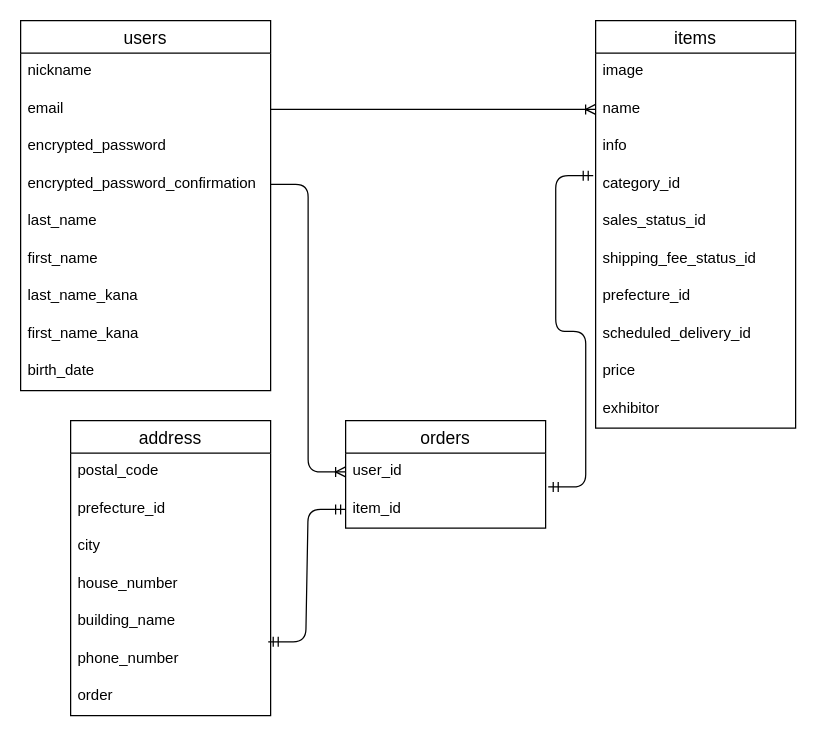
Earlier version of the draw.io diagram ERdiagram.dio (Cofreely/furima-31144). Source tidied: cells renumbered, new cells numbered last; positions are measured from the earlier drawing's top-left corner, leaving out a move shared by most shapes. Both pictures are drawn from the tidied source at 125%, with x=0, y=0 at pixel (20, 20).
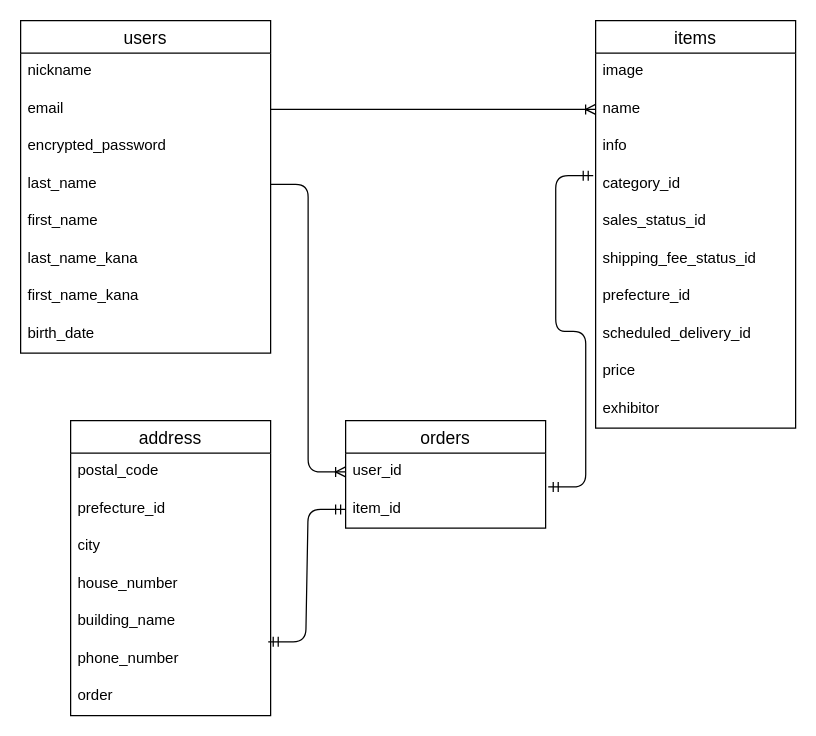
The same page after the edit.

Commit message (it also covers changes not shown here):
first db lay out 4

The change refers to these unchanged cells:
```xml
<mxCell id="36" value="user_id" style="text;strokeColor=none;fillColor=none;spacingLeft=4;spacingRight=4;overflow=hidden;points=[[0,0.5],[1,0.5]];portConstraint=eastwest;fontSize=12;" parent="35" vertex="1">
  <mxGeometry y="26" width="160" height="30" as="geometry" />
</mxCell>
```

What changed in the source:
```diff
@@
-    <mxCell id="4" style="edgeStyle=entityRelationEdgeStyle;fontSize=12;html=1;endArrow=ERoneToMany;exitX=1;exitY=0.5;exitDx=0;exitDy=0;entryX=0;entryY=0.5;entryDx=0;entryDy=0;" parent="1" edge="1" source="18" target="36">
-      <mxGeometry relative="1" as="geometry" />
+    <mxCell id="4" style="edgeStyle=entityRelationEdgeStyle;fontSize=12;html=1;endArrow=ERoneToMany;exitX=1;exitY=0.5;exitDx=0;exitDy=0;entryX=0;entryY=0.5;entryDx=0;entryDy=0;" parent="1" edge="1" target="36">
+      <mxGeometry relative="1" as="geometry">
+        <mxPoint x="200" y="131" as="sourcePoint" />
+      </mxGeometry>
     </mxCell>
@@
     <mxCell id="14" value="users" style="swimlane;fontStyle=0;horizontal=1;startSize=26;align=center;fontSize=14;" parent="1" vertex="1">
-      <mxGeometry width="200" height="296" as="geometry" />
+      <mxGeometry width="200" height="266" as="geometry" />
     </mxCell>
@@
-    <mxCell id="18" value="encrypted_password_confirmation" style="text;strokeColor=none;fillColor=none;spacingLeft=4;spacingRight=4;overflow=hidden;points=[[0,0.5],[1,0.5]];portConstraint=eastwest;fontSize=12;" parent="14" vertex="1">
-      <mxGeometry y="116" width="200" height="30" as="geometry" />
-    </mxCell>
     <mxCell id="19" value="last_name" style="text;strokeColor=none;fillColor=none;spacingLeft=4;spacingRight=4;overflow=hidden;fontSize=12;" parent="14" vertex="1">
-      <mxGeometry y="146" width="200" height="30" as="geometry" />
+      <mxGeometry y="116" width="200" height="30" as="geometry" />
     </mxCell>
     <mxCell id="20" value="first_name" style="text;strokeColor=none;fillColor=none;spacingLeft=4;spacingRight=4;overflow=hidden;fontSize=12;" parent="14" vertex="1">
-      <mxGeometry y="176" width="200" height="30" as="geometry" />
+      <mxGeometry y="146" width="200" height="30" as="geometry" />
     </mxCell>
     <mxCell id="21" value="last_name_kana" style="text;strokeColor=none;fillColor=none;spacingLeft=4;spacingRight=4;overflow=hidden;fontSize=12;" parent="14" vertex="1">
-      <mxGeometry y="206" width="200" height="30" as="geometry" />
+      <mxGeometry y="176" width="200" height="30" as="geometry" />
     </mxCell>
     <mxCell id="22" value="first_name_kana" style="text;strokeColor=none;fillColor=none;spacingLeft=4;spacingRight=4;overflow=hidden;fontSize=12;" parent="14" vertex="1">
-      <mxGeometry y="236" width="200" height="30" as="geometry" />
+      <mxGeometry y="206" width="200" height="30" as="geometry" />
     </mxCell>
     <mxCell id="23" value="birth_date" style="text;strokeColor=none;fillColor=none;spacingLeft=4;spacingRight=4;overflow=hidden;fontSize=12;" parent="14" vertex="1">
-      <mxGeometry y="266" width="200" height="30" as="geometry" />
+      <mxGeometry y="236" width="200" height="30" as="geometry" />
     </mxCell>
```
